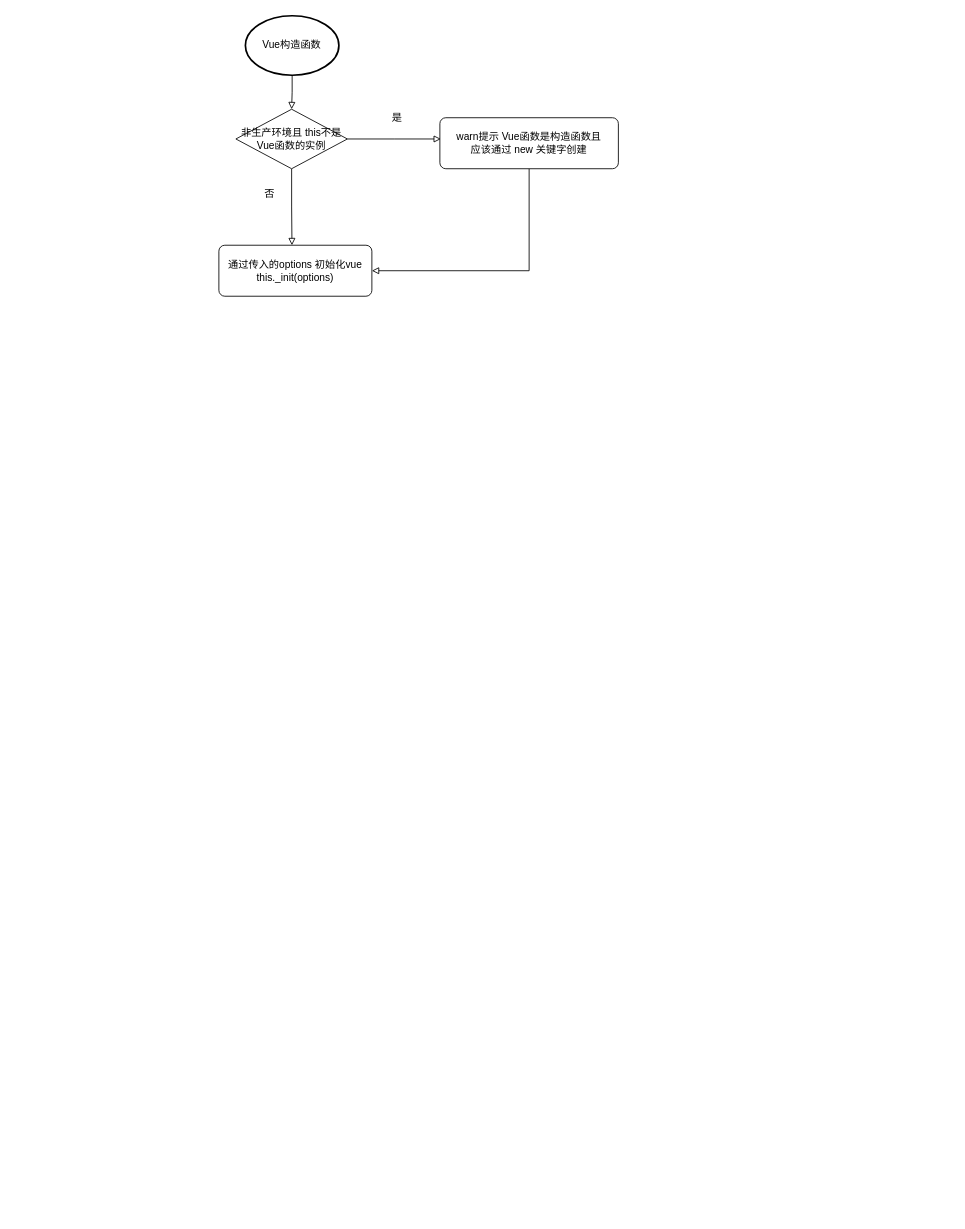
Earlier version of the draw.io diagram Untitled Diagram.drawio (uljf45/yuwan). Source tidied: cells renumbered, new cells numbered last; positions are measured from the earlier drawing's top-left corner, leaving out a move shared by most shapes. Both pictures are drawn from the tidied source at 85%, with x=0, y=0 at pixel (218, 15).
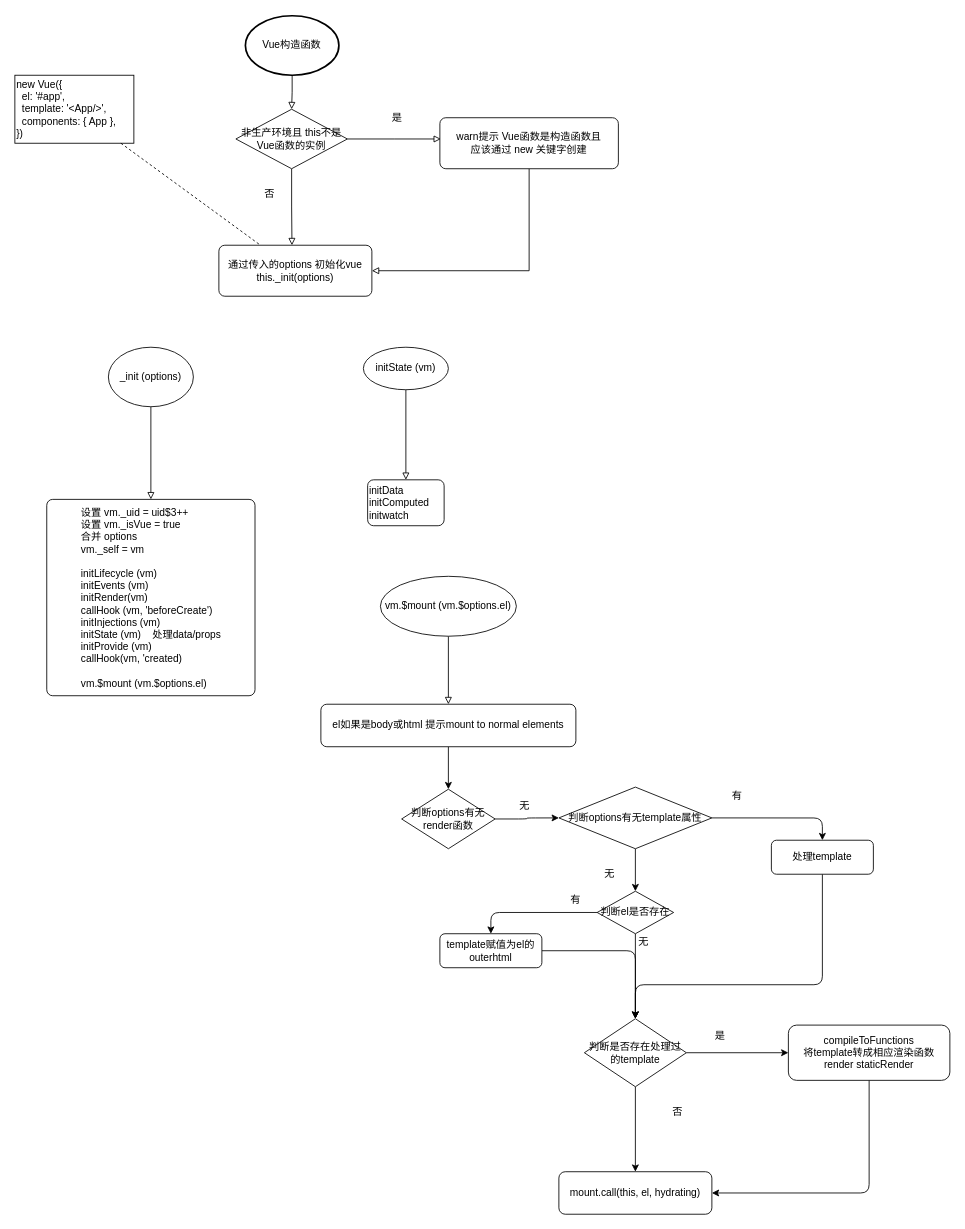
The same diagram, later.

Commit message:
vue $mount

Unchanged cells that the change refers to:
```xml
<mxCell id="8" value="通过传入的options 初始化vue&lt;br&gt;this._init(options)" style="rounded=1;whiteSpace=wrap;html=1;absoluteArcSize=1;arcSize=14;strokeWidth=1;" parent="1" vertex="1">
  <mxGeometry y="270" width="180" height="60" as="geometry" />
</mxCell>
```

Diff of the diagram source:
```diff
@@
+    <mxCell id="12" value="&lt;div&gt;new Vue({&lt;/div&gt;&lt;div&gt;&amp;nbsp; el: '#app',&lt;/div&gt;&lt;div&gt;&amp;nbsp; template: '&amp;lt;App/&amp;gt;',&lt;/div&gt;&lt;div&gt;&amp;nbsp; components: { App },&lt;/div&gt;&lt;div&gt;})&lt;/div&gt;" style="rounded=0;whiteSpace=wrap;html=1;strokeWidth=1;align=left;" parent="1" vertex="1">
+      <mxGeometry x="-240" y="70" width="140" height="80" as="geometry" />
+    </mxCell>
+    <mxCell id="13" style="endArrow=none;dashed=1;html=1;" parent="1" edge="1" source="12" target="8">
+      <mxGeometry relative="1" as="geometry" />
+    </mxCell>
+    <mxCell id="14" style="edgeStyle=orthogonalEdgeStyle;rounded=0;jettySize=auto;html=1;endArrow=block;endFill=0;entryX=0.5;entryY=0;entryDx=0;entryDy=0;" parent="1" edge="1" source="15" target="16">
+      <mxGeometry relative="1" as="geometry" />
+    </mxCell>
+    <mxCell id="15" value="_init (options)" style="strokeWidth=1;html=1;shape=mxgraph.flowchart.start_2;whiteSpace=wrap;rounded=1;" parent="1" vertex="1">
+      <mxGeometry x="-130" y="390" width="100" height="70" as="geometry" />
+    </mxCell>
+    <mxCell id="16" value="&lt;div style=&quot;text-align: justify&quot;&gt;&lt;span&gt;设置 vm._uid = uid$3++&lt;/span&gt;&lt;/div&gt;&lt;div style=&quot;text-align: justify&quot;&gt;&lt;span&gt;设置 vm._isVue = true&lt;/span&gt;&lt;/div&gt;&lt;div style=&quot;text-align: justify&quot;&gt;合并 options&lt;/div&gt;&lt;div style=&quot;text-align: justify&quot;&gt;vm._self = vm&lt;/div&gt;&lt;div style=&quot;text-align: justify&quot;&gt;&lt;br&gt;&lt;/div&gt;&lt;div style=&quot;text-align: justify&quot;&gt;initLifecycle (vm)&lt;/div&gt;&lt;div style=&quot;text-align: justify&quot;&gt;initEvents (vm)&lt;/div&gt;&lt;div style=&quot;text-align: justify&quot;&gt;initRender(vm)&lt;/div&gt;&lt;div style=&quot;text-align: justify&quot;&gt;callHook (vm, 'beforeCreate')&lt;/div&gt;&lt;div style=&quot;text-align: justify&quot;&gt;initInjections (vm)&lt;/div&gt;&lt;div style=&quot;text-align: justify&quot;&gt;initState (vm)&amp;nbsp; &amp;nbsp; 处理data/props&lt;/div&gt;&lt;div style=&quot;text-align: justify&quot;&gt;initProvide (vm)&lt;/div&gt;&lt;div style=&quot;text-align: justify&quot;&gt;callHook(vm, 'created)&lt;/div&gt;&lt;div style=&quot;text-align: justify&quot;&gt;&lt;br&gt;&lt;/div&gt;&lt;div style=&quot;text-align: justify&quot;&gt;vm.$mount (vm.$options.el)&lt;/div&gt;" style="rounded=1;whiteSpace=wrap;html=1;absoluteArcSize=1;arcSize=14;strokeWidth=1;" parent="1" vertex="1">
+      <mxGeometry x="-202.5" y="569" width="245" height="231" as="geometry" />
+    </mxCell>
+    <mxCell id="17" style="edgeStyle=orthogonalEdgeStyle;rounded=0;jettySize=auto;html=1;endArrow=block;endFill=0;entryX=0.5;entryY=0;entryDx=0;entryDy=0;" parent="1" edge="1" source="18" target="19">
+      <mxGeometry relative="1" as="geometry" />
+    </mxCell>
+    <mxCell id="18" value="&lt;span style=&quot;text-align: justify&quot;&gt;initState (vm)&lt;/span&gt;" style="strokeWidth=1;html=1;shape=mxgraph.flowchart.start_2;whiteSpace=wrap;rounded=1;" parent="1" vertex="1">
+      <mxGeometry x="170" y="390" width="100" height="50" as="geometry" />
+    </mxCell>
+    <mxCell id="19" value="initData&lt;br&gt;initComputed&lt;br&gt;&lt;div&gt;&lt;span&gt;initwatch&lt;/span&gt;&lt;/div&gt;" style="rounded=1;whiteSpace=wrap;html=1;absoluteArcSize=1;arcSize=14;strokeWidth=1;align=left;" parent="1" vertex="1">
+      <mxGeometry x="175" y="546" width="90" height="54" as="geometry" />
+    </mxCell>
+    <mxCell id="20" style="edgeStyle=orthogonalEdgeStyle;rounded=0;jettySize=auto;html=1;endArrow=block;endFill=0;entryX=0.5;entryY=0;entryDx=0;entryDy=0;" parent="1" edge="1" source="21" target="23">
+      <mxGeometry relative="1" as="geometry" />
+    </mxCell>
+    <mxCell id="21" value="&lt;span style=&quot;text-align: justify&quot;&gt;vm.$mount (vm.$options.el)&lt;/span&gt;" style="strokeWidth=1;html=1;shape=mxgraph.flowchart.start_2;whiteSpace=wrap;rounded=1;" parent="1" vertex="1">
+      <mxGeometry x="190" y="659.5" width="160" height="70.5" as="geometry" />
+    </mxCell>
+    <mxCell id="22" style="edgeStyle=orthogonalEdgeStyle;curved=0;rounded=1;sketch=0;jettySize=auto;html=1;entryX=0.5;entryY=0;entryDx=0;entryDy=0;entryPerimeter=0;" parent="1" edge="1" source="23" target="25">
+      <mxGeometry relative="1" as="geometry" />
+    </mxCell>
+    <mxCell id="23" value="el如果是body或html 提示mount to normal elements" style="rounded=1;whiteSpace=wrap;html=1;absoluteArcSize=1;arcSize=14;strokeWidth=1;" parent="1" vertex="1">
+      <mxGeometry x="120" y="810" width="300" height="50" as="geometry" />
+    </mxCell>
+    <mxCell id="24" style="edgeStyle=orthogonalEdgeStyle;curved=0;rounded=1;sketch=0;jettySize=auto;html=1;entryX=0;entryY=0.5;entryDx=0;entryDy=0;" parent="1" edge="1" source="25" target="29">
+      <mxGeometry relative="1" as="geometry" />
+    </mxCell>
+    <mxCell id="25" value="判断options有无render函数" style="strokeWidth=1;html=1;shape=mxgraph.flowchart.decision;whiteSpace=wrap;rounded=0;sketch=0;" parent="1" vertex="1">
+      <mxGeometry x="215" y="910" width="110" height="70" as="geometry" />
+    </mxCell>
+    <mxCell id="26" value="无" style="text;html=1;strokeColor=none;fillColor=none;align=center;verticalAlign=middle;whiteSpace=wrap;rounded=0;sketch=0;" parent="1" vertex="1">
+      <mxGeometry x="340" y="920" width="40" height="20" as="geometry" />
+    </mxCell>
+    <mxCell id="27" style="edgeStyle=orthogonalEdgeStyle;curved=0;rounded=1;sketch=0;jettySize=auto;html=1;entryX=0.5;entryY=0;entryDx=0;entryDy=0;" parent="1" edge="1" source="29" target="36">
+      <mxGeometry relative="1" as="geometry" />
+    </mxCell>
+    <mxCell id="28" style="edgeStyle=orthogonalEdgeStyle;curved=0;rounded=1;sketch=0;jettySize=auto;html=1;exitX=1;exitY=0.5;exitDx=0;exitDy=0;entryX=0.5;entryY=0;entryDx=0;entryDy=0;" parent="1" edge="1" source="29" target="33">
+      <mxGeometry relative="1" as="geometry" />
+    </mxCell>
+    <mxCell id="29" value="判断options有无template属性" style="rhombus;whiteSpace=wrap;html=1;fontFamily=Helvetica;fontSize=12;fontColor=#000000;align=center;strokeColor=#000000;strokeWidth=1;fillColor=#ffffff;sketch=0;" parent="1" vertex="1">
+      <mxGeometry x="400" y="907.5" width="180" height="72.5" as="geometry" />
+    </mxCell>
+    <mxCell id="30" value="无" style="text;html=1;strokeColor=none;fillColor=none;align=center;verticalAlign=middle;whiteSpace=wrap;rounded=0;sketch=0;" parent="1" vertex="1">
+      <mxGeometry x="440" y="1000" width="40" height="20" as="geometry" />
+    </mxCell>
+    <mxCell id="31" value="有" style="text;html=1;strokeColor=none;fillColor=none;align=center;verticalAlign=middle;whiteSpace=wrap;rounded=0;sketch=0;" parent="1" vertex="1">
+      <mxGeometry x="590" y="908" width="40" height="20" as="geometry" />
+    </mxCell>
+    <mxCell id="32" style="edgeStyle=orthogonalEdgeStyle;curved=0;rounded=1;sketch=0;jettySize=auto;html=1;entryX=0.5;entryY=0;entryDx=0;entryDy=0;" parent="1" edge="1" source="33" target="39">
+      <mxGeometry relative="1" as="geometry">
+        <Array as="points">
+          <mxPoint x="710" y="1140" />
+          <mxPoint x="490" y="1140" />
+        </Array>
+      </mxGeometry>
+    </mxCell>
+    <mxCell id="33" value="处理template" style="rounded=1;whiteSpace=wrap;html=1;sketch=0;strokeWidth=1;" parent="1" vertex="1">
+      <mxGeometry x="650" y="970" width="120" height="40" as="geometry" />
+    </mxCell>
+    <mxCell id="34" style="edgeStyle=orthogonalEdgeStyle;curved=0;rounded=1;sketch=0;jettySize=auto;html=1;entryX=0.5;entryY=0;entryDx=0;entryDy=0;" parent="1" edge="1" source="36" target="39">
+      <mxGeometry relative="1" as="geometry" />
+    </mxCell>
+    <mxCell id="35" style="edgeStyle=orthogonalEdgeStyle;curved=0;rounded=1;sketch=0;jettySize=auto;html=1;entryX=0.5;entryY=0;entryDx=0;entryDy=0;" parent="1" edge="1" source="36" target="43">
+      <mxGeometry relative="1" as="geometry" />
+    </mxCell>
+    <mxCell id="36" value="判断el是否存在" style="rhombus;whiteSpace=wrap;html=1;rounded=0;sketch=0;strokeWidth=1;" parent="1" vertex="1">
+      <mxGeometry x="445" y="1030" width="90" height="50" as="geometry" />
+    </mxCell>
+    <mxCell id="37" style="edgeStyle=orthogonalEdgeStyle;curved=0;rounded=1;sketch=0;jettySize=auto;html=1;entryX=0;entryY=0.5;entryDx=0;entryDy=0;" parent="1" edge="1" source="39" target="46">
+      <mxGeometry relative="1" as="geometry" />
+    </mxCell>
+    <mxCell id="38" style="edgeStyle=orthogonalEdgeStyle;curved=0;rounded=1;sketch=0;jettySize=auto;html=1;entryX=0.5;entryY=0;entryDx=0;entryDy=0;" parent="1" edge="1" source="39" target="47">
+      <mxGeometry relative="1" as="geometry" />
+    </mxCell>
+    <mxCell id="39" value="判断是否存在处理过的template" style="rhombus;whiteSpace=wrap;html=1;fontFamily=Helvetica;fontSize=12;fontColor=#000000;align=center;strokeColor=#000000;strokeWidth=1;fillColor=#ffffff;sketch=0;" parent="1" vertex="1">
+      <mxGeometry x="430" y="1180" width="120" height="80" as="geometry" />
+    </mxCell>
+    <mxCell id="40" value="无" style="text;html=1;strokeColor=none;fillColor=none;align=center;verticalAlign=middle;whiteSpace=wrap;rounded=0;sketch=0;" parent="1" vertex="1">
+      <mxGeometry x="480" y="1080" width="40" height="20" as="geometry" />
+    </mxCell>
+    <mxCell id="41" value="有" style="text;html=1;strokeColor=none;fillColor=none;align=center;verticalAlign=middle;whiteSpace=wrap;rounded=0;sketch=0;" parent="1" vertex="1">
+      <mxGeometry x="400" y="1030" width="40" height="20" as="geometry" />
+    </mxCell>
+    <mxCell id="42" style="edgeStyle=orthogonalEdgeStyle;curved=0;rounded=1;sketch=0;jettySize=auto;html=1;entryX=0.5;entryY=0;entryDx=0;entryDy=0;" parent="1" edge="1" source="43" target="39">
+      <mxGeometry relative="1" as="geometry">
+        <Array as="points">
+          <mxPoint x="490" y="1100" />
+        </Array>
+      </mxGeometry>
+    </mxCell>
+    <mxCell id="43" value="template赋值为el的outerhtml" style="rounded=1;whiteSpace=wrap;html=1;sketch=0;strokeWidth=1;" parent="1" vertex="1">
+      <mxGeometry x="260" y="1080" width="120" height="40" as="geometry" />
+    </mxCell>
+    <mxCell id="44" value="是" style="text;html=1;strokeColor=none;fillColor=none;align=center;verticalAlign=middle;whiteSpace=wrap;rounded=0;sketch=0;" parent="1" vertex="1">
+      <mxGeometry x="570" y="1190" width="40" height="20" as="geometry" />
+    </mxCell>
+    <mxCell id="45" style="edgeStyle=orthogonalEdgeStyle;curved=0;rounded=1;sketch=0;jettySize=auto;html=1;entryX=1;entryY=0.5;entryDx=0;entryDy=0;" parent="1" edge="1" source="46" target="47">
+      <mxGeometry relative="1" as="geometry">
+        <Array as="points">
+          <mxPoint x="765" y="1385" />
+        </Array>
+      </mxGeometry>
+    </mxCell>
+    <mxCell id="46" value="compileToFunctions&lt;br&gt;将template转成相应渲染函数&lt;br&gt;render staticRender" style="rounded=1;whiteSpace=wrap;html=1;sketch=0;strokeWidth=1;" parent="1" vertex="1">
+      <mxGeometry x="670" y="1187.5" width="190" height="65" as="geometry" />
+    </mxCell>
+    <mxCell id="47" value="mount.call(this, el, hydrating)" style="rounded=1;whiteSpace=wrap;html=1;sketch=0;strokeWidth=1;" parent="1" vertex="1">
+      <mxGeometry x="400" y="1360" width="180" height="50" as="geometry" />
+    </mxCell>
+    <mxCell id="48" value="否" style="text;html=1;strokeColor=none;fillColor=none;align=center;verticalAlign=middle;whiteSpace=wrap;rounded=0;sketch=0;" parent="1" vertex="1">
+      <mxGeometry x="520" y="1280" width="40" height="20" as="geometry" />
+    </mxCell>
```
